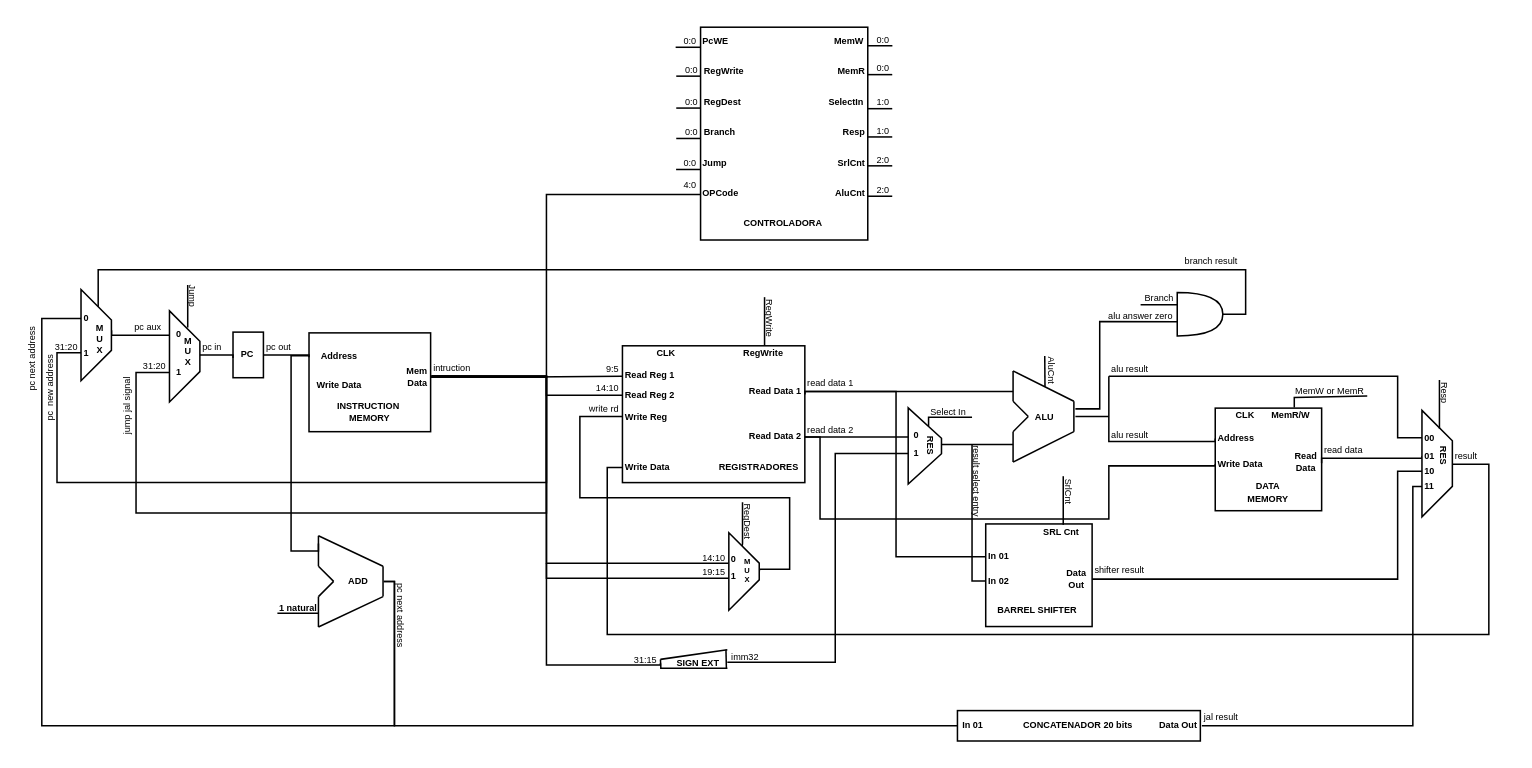
This is Data Path.drawio from RodolfoLessa/risc-v_basead_CPU, a draw.io file, before an edit. Source tidied: cells renumbered, new cells numbered last; positions are measured from the earlier drawing's top-left corner, leaving out a move shared by most shapes. Both pictures are drawn from the tidied source at 152%, with x=0, y=0 at pixel (-8, 26).
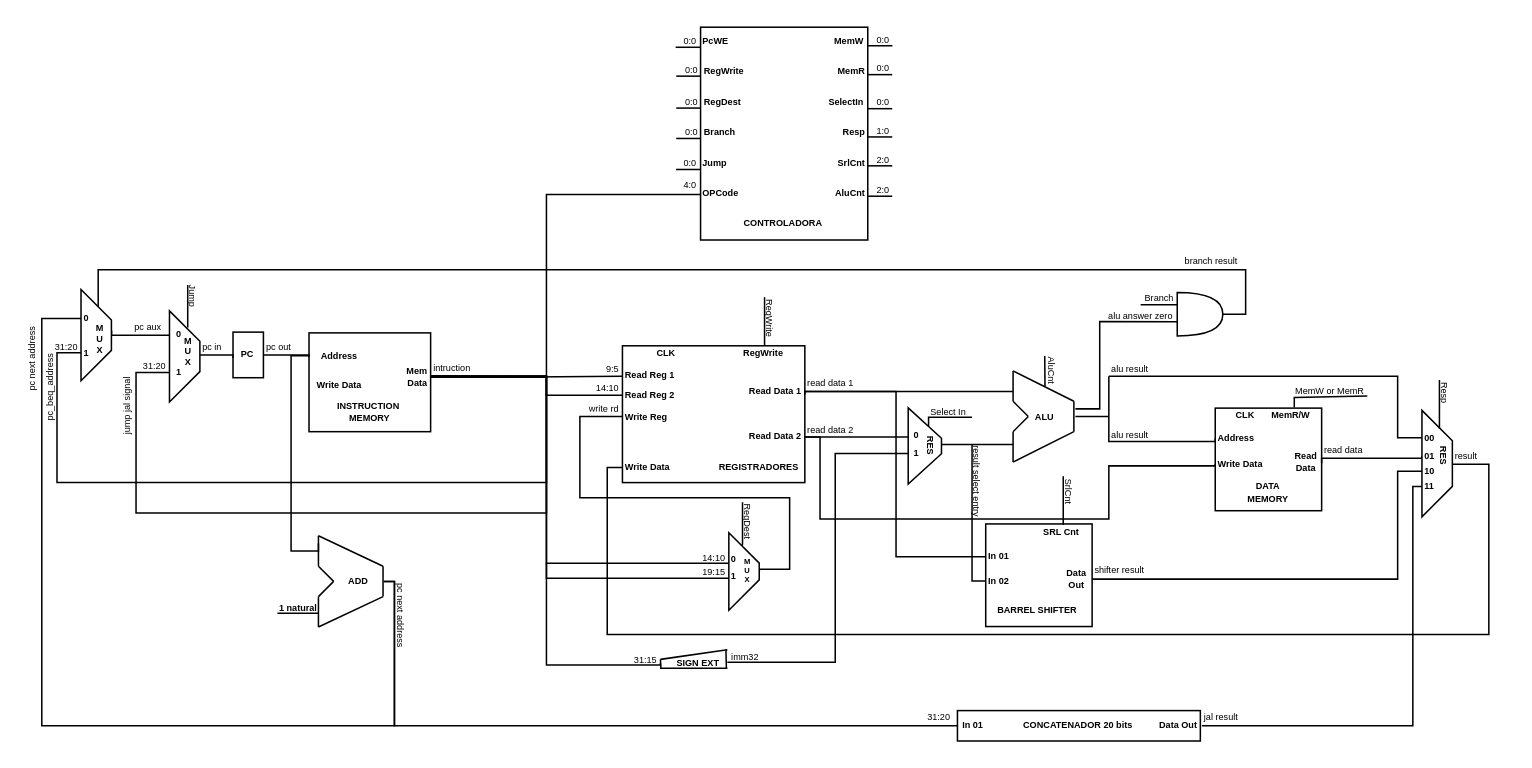
Above is the later version.

Commit message:
colocando o endereço da instrução no concatenador

What changed in the source:
```diff
@@
-    <mxCell id="87" value="pc&amp;nbsp; new address" style="text;html=1;strokeColor=none;fillColor=none;align=left;verticalAlign=middle;whiteSpace=wrap;rounded=0;fontSize=6;rotation=-90;" parent="1" vertex="1">
+    <mxCell id="87" value="pc_beq_address" style="text;html=1;strokeColor=none;fillColor=none;align=left;verticalAlign=middle;whiteSpace=wrap;rounded=0;fontSize=6;rotation=-90;" parent="1" vertex="1">
       <mxGeometry x="10.9" y="228.5" width="53.8" height="13" as="geometry" />
     </mxCell>
@@
-    <mxCell id="146" value="1:0" style="text;html=1;strokeColor=none;fillColor=none;align=right;verticalAlign=middle;whiteSpace=wrap;rounded=0;fontSize=6;direction=west;rotation=0;" parent="1" vertex="1">
+    <mxCell id="146" value="0:0" style="text;html=1;strokeColor=none;fillColor=none;align=right;verticalAlign=middle;whiteSpace=wrap;rounded=0;fontSize=6;direction=west;rotation=0;" parent="1" vertex="1">
       <mxGeometry x="575.6" y="46.7" width="16" height="7.2" as="geometry" />
     </mxCell>
@@
+    <mxCell id="198" value="31:20" style="text;html=1;strokeColor=none;fillColor=none;align=right;verticalAlign=middle;whiteSpace=wrap;rounded=0;fontSize=6;" parent="1" vertex="1">
+      <mxGeometry x="597" y="450" width="35" height="9.5" as="geometry" />
+    </mxCell>
```
